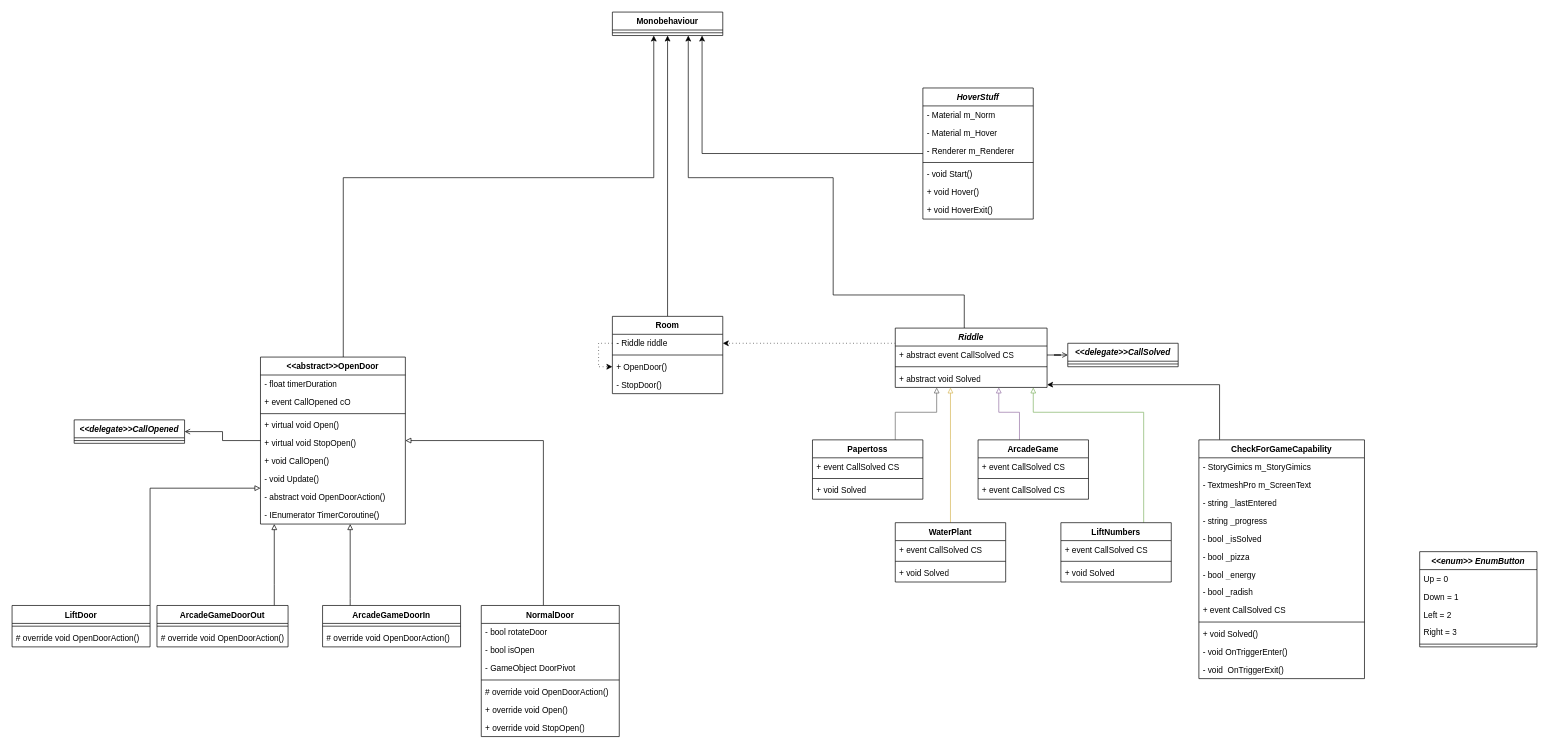
Above: GameJam/ClassDagramm.drawio in LksWllmnn/GD_PaulSpez23 (draw.io), before the change. Source tidied: cells renumbered, new cells numbered last; positions are measured from the earlier drawing's top-left corner, leaving out a move shared by most shapes. Both pictures are drawn from the tidied source at 69%, with x=0, y=0 at pixel (12, 12).
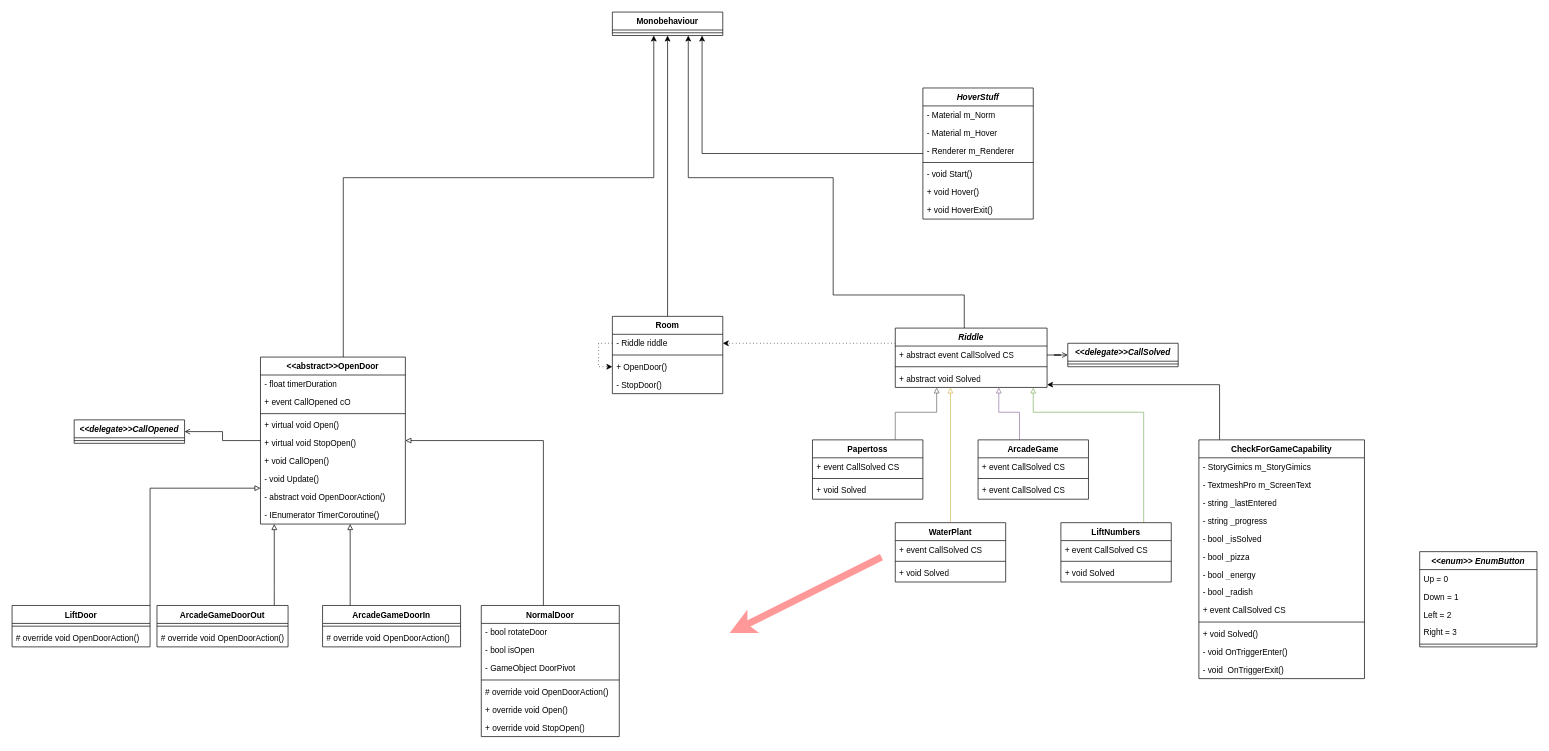
The same page after the edit.

Diff of the diagram source:
```diff
@@
+    <mxCell id="105" style="endArrow=classic;html=1;rounded=0;strokeWidth=10;strokeColor=#FF9999;" parent="1" edge="1">
+      <mxGeometry relative="1" as="geometry">
+        <mxPoint x="1260" y="790" as="sourcePoint" />
+        <mxPoint x="1040" y="900" as="targetPoint" />
+      </mxGeometry>
+    </mxCell>
```
